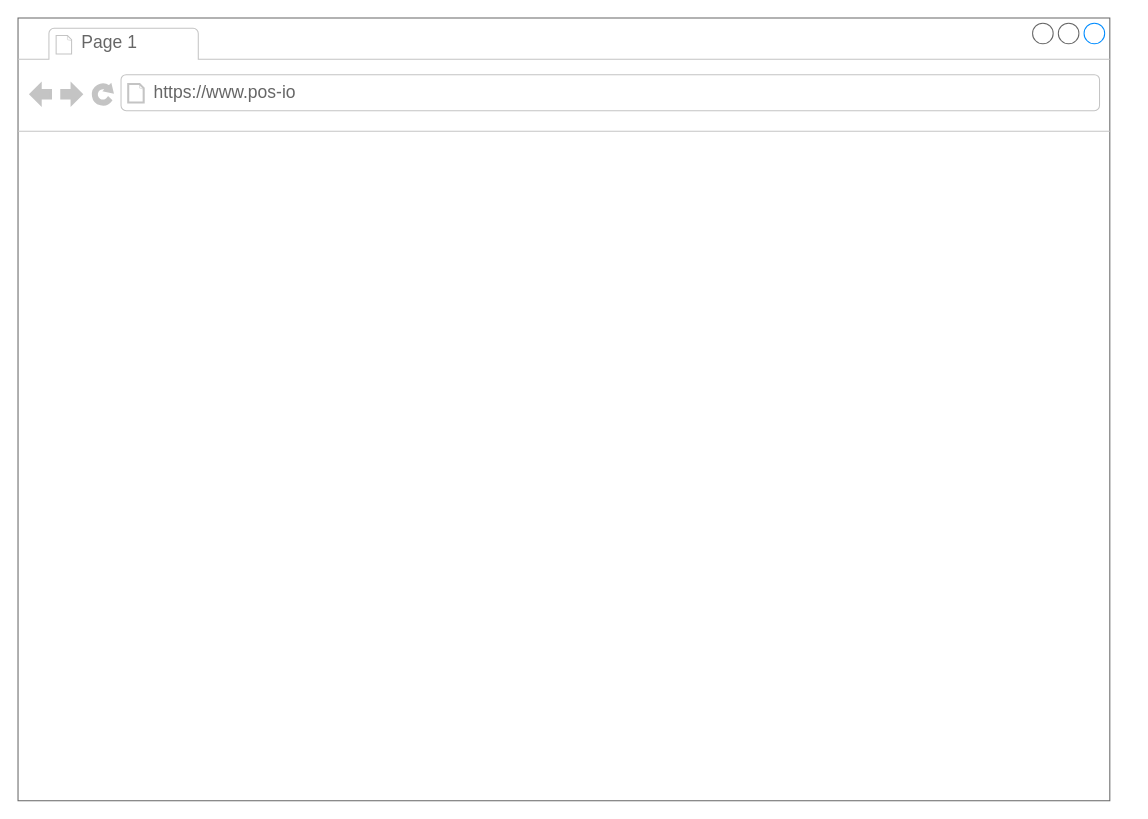
Above: Docs/UX-auxilary.drawio in m00racle/Pos-Project (draw.io), before the change. Source tidied: cells renumbered, new cells numbered last; positions are measured from the earlier drawing's top-left corner, leaving out a move shared by most shapes. Both pictures are drawn from the tidied source at 103%, with x=0, y=0 at pixel (18, 18).
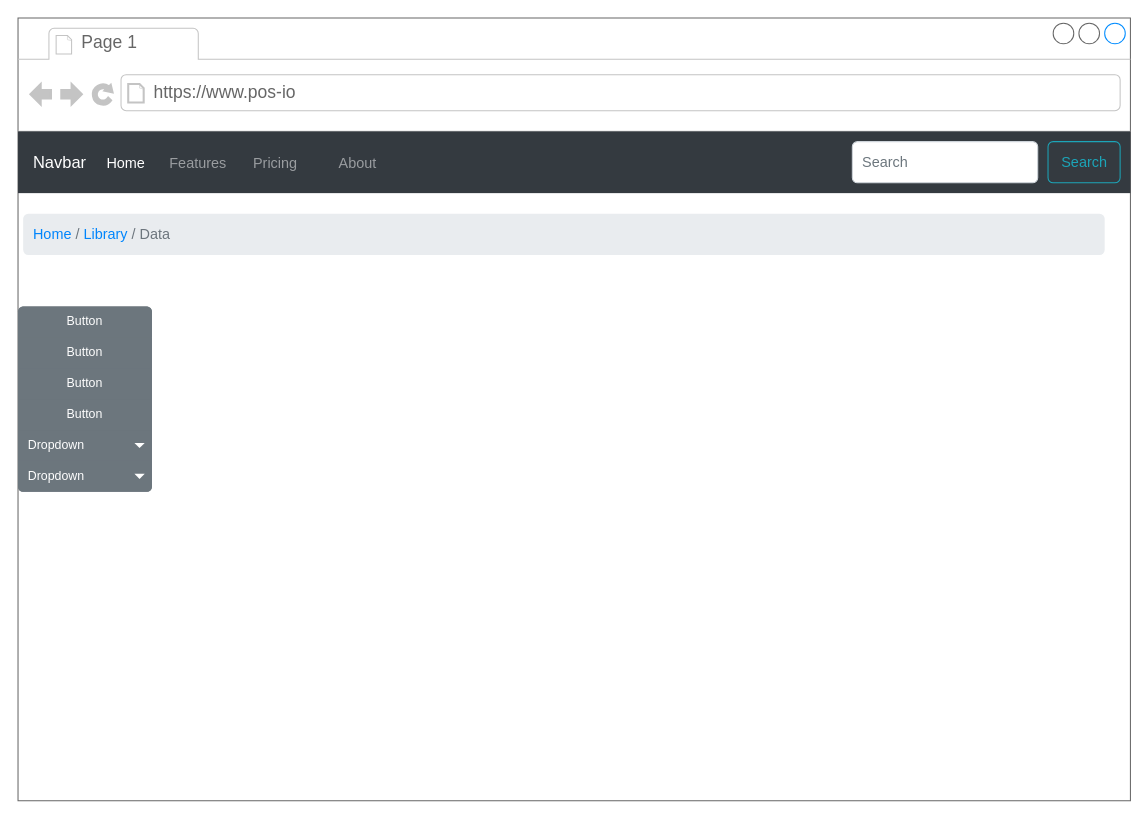
The same page after the edit.

What changed in the source:
```diff
@@
     <mxCell id="2" style="strokeWidth=1;shadow=0;dashed=0;align=center;html=1;shape=mxgraph.mockup.containers.browserWindow;rSize=0;strokeColor=#666666;strokeColor2=#008cff;strokeColor3=#c4c4c4;mainText=,;" parent="1" vertex="1">
-      <mxGeometry width="1060" height="760" as="geometry" />
+      <mxGeometry width="1080" height="760" as="geometry" />
     </mxCell>
@@
+    <mxCell id="5" value="&lt;font color=&quot;#0085fc&quot;&gt;Home&lt;/font&gt; / &lt;font color=&quot;#0085fc&quot;&gt;Library&lt;/font&gt; / Data" style="html=1;shadow=0;dashed=0;shape=mxgraph.bootstrap.rrect;rSize=5;strokeColor=none;strokeWidth=1;fillColor=#E9ECEF;fontColor=#6C757D;whiteSpace=wrap;align=left;verticalAlign=middle;spacingLeft=0;fontStyle=0;fontSize=14;spacing=10;" parent="2" vertex="1">
+      <mxGeometry x="5" y="190" width="1050" height="40" as="geometry" />
+    </mxCell>
+    <mxCell id="6" value="Navbar" style="html=1;shadow=0;dashed=0;fillColor=#343A40;strokeColor=none;fontSize=16;fontColor=#ffffff;align=left;spacing=15;" parent="2" vertex="1">
+      <mxGeometry y="110" width="1080" height="60" as="geometry" />
+    </mxCell>
+    <mxCell id="7" value="Home" style="fillColor=none;strokeColor=none;fontSize=14;fontColor=#ffffff;align=center;" parent="6" vertex="1">
+      <mxGeometry width="70" height="40" relative="1" as="geometry">
+        <mxPoint x="70" y="10" as="offset" />
+      </mxGeometry>
+    </mxCell>
+    <mxCell id="8" value="Features" style="fillColor=none;strokeColor=none;fontSize=14;fontColor=#9A9DA0;align=center;" parent="6" vertex="1">
+      <mxGeometry width="70" height="40" relative="1" as="geometry">
+        <mxPoint x="140" y="10" as="offset" />
+      </mxGeometry>
+    </mxCell>
+    <mxCell id="9" value="Pricing" style="fillColor=none;strokeColor=none;fontSize=14;fontColor=#9A9DA0;align=center;spacingRight=0;" parent="6" vertex="1">
+      <mxGeometry width="80" height="40" relative="1" as="geometry">
+        <mxPoint x="210" y="10" as="offset" />
+      </mxGeometry>
+    </mxCell>
+    <mxCell id="10" value="About" style="fillColor=none;strokeColor=none;fontSize=14;fontColor=#9A9DA0;align=center;" parent="6" vertex="1">
+      <mxGeometry width="80" height="40" relative="1" as="geometry">
+        <mxPoint x="290" y="10" as="offset" />
+      </mxGeometry>
+    </mxCell>
+    <mxCell id="11" value="Search" style="html=1;shadow=0;dashed=0;shape=mxgraph.bootstrap.rrect;rSize=5;fontSize=14;fontColor=#1CA5B8;strokeColor=#1CA5B8;fillColor=none;" parent="6" vertex="1">
+      <mxGeometry x="1" width="70" height="40" relative="1" as="geometry">
+        <mxPoint x="-80" y="10" as="offset" />
+      </mxGeometry>
+    </mxCell>
+    <mxCell id="12" value="Search" style="html=1;shadow=0;dashed=0;shape=mxgraph.bootstrap.rrect;rSize=5;fontSize=14;fontColor=#6C767D;strokeColor=#CED4DA;fillColor=#ffffff;align=left;spacing=10;" parent="6" vertex="1">
+      <mxGeometry x="1" width="180" height="40" relative="1" as="geometry">
+        <mxPoint x="-270" y="10" as="offset" />
+      </mxGeometry>
+    </mxCell>
+    <mxCell id="13" style="html=1;shadow=0;dashed=0;shape=mxgraph.bootstrap.rrect;rSize=5;strokeColor=none;html=1;whiteSpace=wrap;fillColor=#6C767D;fontColor=#ffffff;" parent="2" vertex="1">
+      <mxGeometry y="280" width="130" height="180" as="geometry" />
+    </mxCell>
+    <mxCell id="14" value="Button" style="strokeColor=inherit;fillColor=inherit;gradientColor=inherit;fontColor=inherit;html=1;shadow=0;dashed=0;shape=mxgraph.bootstrap.topButton;rSize=5;perimeter=none;whiteSpace=wrap;" parent="13" vertex="1">
+      <mxGeometry width="130" height="30" relative="1" as="geometry" />
+    </mxCell>
+    <mxCell id="15" value="Button" style="strokeColor=inherit;fillColor=inherit;gradientColor=inherit;fontColor=inherit;html=1;shadow=0;dashed=0;perimeter=none;whiteSpace=wrap;" parent="13" vertex="1">
+      <mxGeometry width="130" height="30" relative="1" as="geometry">
+        <mxPoint y="30" as="offset" />
+      </mxGeometry>
+    </mxCell>
+    <mxCell id="16" value="Button" style="strokeColor=inherit;fillColor=inherit;gradientColor=inherit;fontColor=inherit;html=1;shadow=0;dashed=0;perimeter=none;whiteSpace=wrap;" parent="13" vertex="1">
+      <mxGeometry width="130" height="30" relative="1" as="geometry">
+        <mxPoint y="60" as="offset" />
+      </mxGeometry>
+    </mxCell>
+    <mxCell id="17" value="Button" style="strokeColor=inherit;fillColor=inherit;gradientColor=inherit;fontColor=inherit;html=1;shadow=0;dashed=0;perimeter=none;whiteSpace=wrap;" parent="13" vertex="1">
+      <mxGeometry width="130" height="30" relative="1" as="geometry">
+        <mxPoint y="90" as="offset" />
+      </mxGeometry>
+    </mxCell>
+    <mxCell id="18" value="Dropdown" style="strokeColor=inherit;fillColor=inherit;gradientColor=inherit;fontColor=inherit;html=1;shadow=0;dashed=0;perimeter=none;whiteSpace=wrap;align=left;spacing=10;" parent="13" vertex="1">
+      <mxGeometry width="130" height="30" relative="1" as="geometry">
+        <mxPoint y="120" as="offset" />
+      </mxGeometry>
+    </mxCell>
+    <mxCell id="19" style="shape=triangle;direction=south;fillColor=#ffffff;strokeColor=none;perimeter=none;" parent="18" vertex="1">
+      <mxGeometry x="1" y="0.5" width="10" height="5" relative="1" as="geometry">
+        <mxPoint x="-17" y="-2.5" as="offset" />
+      </mxGeometry>
+    </mxCell>
+    <mxCell id="20" value="Dropdown" style="strokeColor=inherit;fillColor=inherit;gradientColor=inherit;fontColor=inherit;html=1;shadow=0;dashed=0;shape=mxgraph.bootstrap.bottomButton;rSize=5;perimeter=none;whiteSpace=wrap;align=left;spacing=10;" parent="13" vertex="1">
+      <mxGeometry y="1" width="130" height="30" relative="1" as="geometry">
+        <mxPoint y="-30" as="offset" />
+      </mxGeometry>
+    </mxCell>
+    <mxCell id="21" style="shape=triangle;direction=south;fillColor=#ffffff;strokeColor=none;perimeter=none;" parent="20" vertex="1">
+      <mxGeometry x="1" y="0.5" width="10" height="5" relative="1" as="geometry">
+        <mxPoint x="-17" y="-2.5" as="offset" />
+      </mxGeometry>
+    </mxCell>
```
